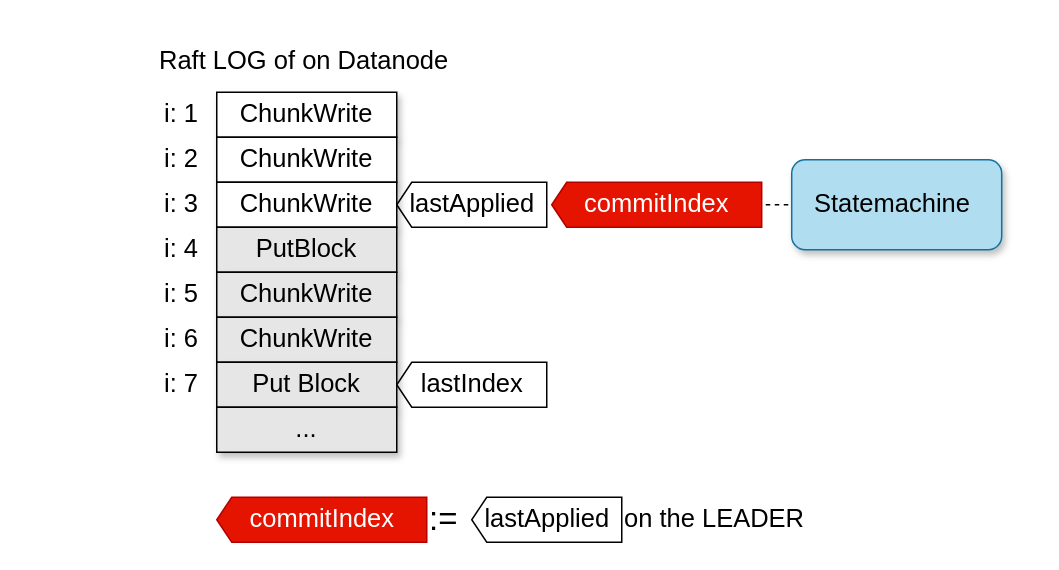
Above: page "raft-generic-commit" (19 of 31) of ozone.drawio in elek/ozone-videos (draw.io), before the change. Source tidied: cells renumbered, new cells numbered last; positions are measured from the earlier drawing's top-left corner, leaving out a move shared by most shapes. Both pictures are drawn from the tidied source at 150%, with x=0, y=0 at pixel (126, 46).
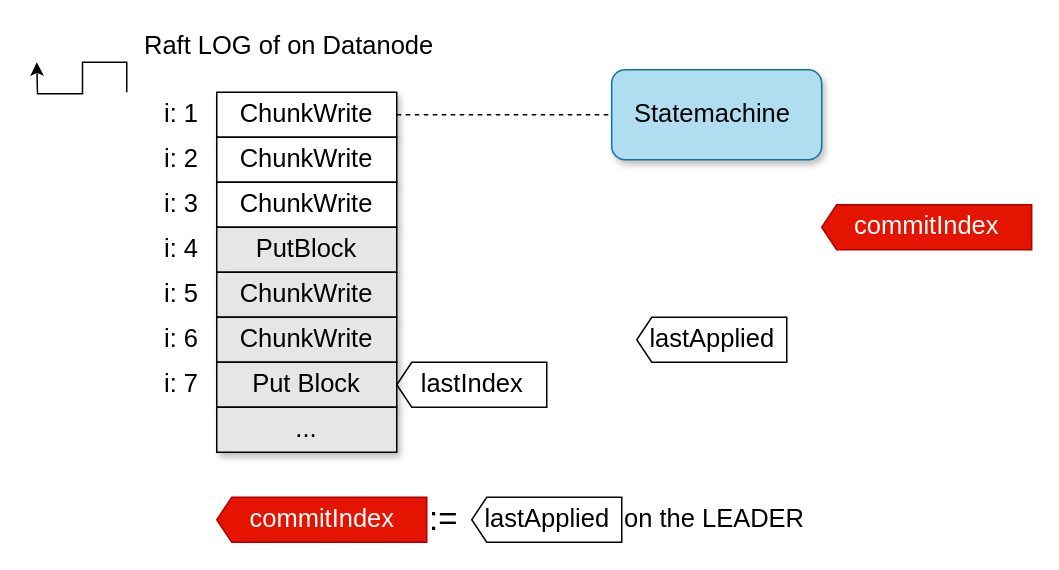
The same diagram, later.

The change refers to these unchanged cells:
```xml
<mxCell id="2" value="ChunkWrite" style="rounded=0;whiteSpace=wrap;html=1;shadow=1;fontSize=17;align=center;" parent="1" vertex="1">
  <mxGeometry x="60" y="30" width="120" height="30" as="geometry" />
</mxCell>
<mxCell id="10" value="i: 1" style="rounded=0;whiteSpace=wrap;html=1;shadow=0;fontSize=17;align=right;fontColor=#000000;strokeColor=none;fillColor=none;" parent="1" vertex="1">
  <mxGeometry y="30" width="50" height="30" as="geometry" />
</mxCell>
```

The edit, as a diff of the source:
```diff
@@
+    <mxCell id="27" style="edgeStyle=orthogonalEdgeStyle;rounded=0;jettySize=auto;html=1;exitX=0;exitY=0;exitDx=0;exitDy=0;" parent="1" edge="1" source="10">
+      <mxGeometry relative="1" as="geometry">
+        <mxPoint x="-60" y="10" as="targetPoint" />
+      </mxGeometry>
+    </mxCell>
@@
     <mxCell id="17" value="lastApplied" style="html=1;shadow=0;dashed=0;align=center;verticalAlign=middle;shape=mxgraph.arrows2.arrow;dy=0;dx=10;notch=0;fillColor=none;fontSize=17;fontColor=#000000;flipV=0;flipH=1;" parent="1" vertex="1">
-      <mxGeometry x="180" y="90" width="100" height="30" as="geometry" />
+      <mxGeometry x="340" y="180" width="100" height="30" as="geometry" />
     </mxCell>
@@
     <mxCell id="19" value="Statemachine&amp;nbsp;" style="rounded=1;whiteSpace=wrap;html=1;shadow=1;fillColor=#b1ddf0;fontSize=17;align=center;strokeColor=#10739e;" parent="1" vertex="1">
-      <mxGeometry x="443.3" y="75" width="140" height="60" as="geometry" />
+      <mxGeometry x="323.3" y="15" width="140" height="60" as="geometry" />
     </mxCell>
-    <mxCell id="20" style="endArrow=none;dashed=1;html=1;fontSize=17;fontColor=#990000;entryX=0;entryY=0.5;entryDx=0;entryDy=0;exitX=0;exitY=0.5;exitDx=0;exitDy=0;exitPerimeter=0;" parent="1" edge="1" target="19">
-      <mxGeometry relative="1" as="geometry">
-        <mxPoint x="390" y="105" as="sourcePoint" />
-      </mxGeometry>
+    <mxCell id="20" style="endArrow=none;dashed=1;html=1;fontSize=17;fontColor=#990000;entryX=0;entryY=0.5;entryDx=0;entryDy=0;exitX=1;exitY=0.5;exitDx=0;exitDy=0;" parent="1" edge="1" source="2" target="19">
+      <mxGeometry relative="1" as="geometry" />
     </mxCell>
     <mxCell id="21" value="Raft LOG of on Datanode" style="text;html=1;strokeColor=none;fillColor=none;align=left;verticalAlign=middle;whiteSpace=wrap;rounded=0;shadow=1;fontSize=17;fontColor=#000000;" parent="1" vertex="1">
-      <mxGeometry x="20" width="340" height="20" as="geometry" />
+      <mxGeometry x="10" y="-10" width="340" height="20" as="geometry" />
     </mxCell>
@@
     <mxCell id="26" value="commitIndex" style="html=1;shadow=0;dashed=0;align=center;verticalAlign=middle;shape=mxgraph.arrows2.arrow;dy=0;dx=10;notch=0;fillColor=#e51400;fontSize=17;fontColor=#ffffff;flipV=0;flipH=1;strokeColor=#B20000;" parent="1" vertex="1">
-      <mxGeometry x="283.3" y="90" width="140" height="30" as="geometry" />
+      <mxGeometry x="463.3" y="105" width="140" height="30" as="geometry" />
     </mxCell>
```
